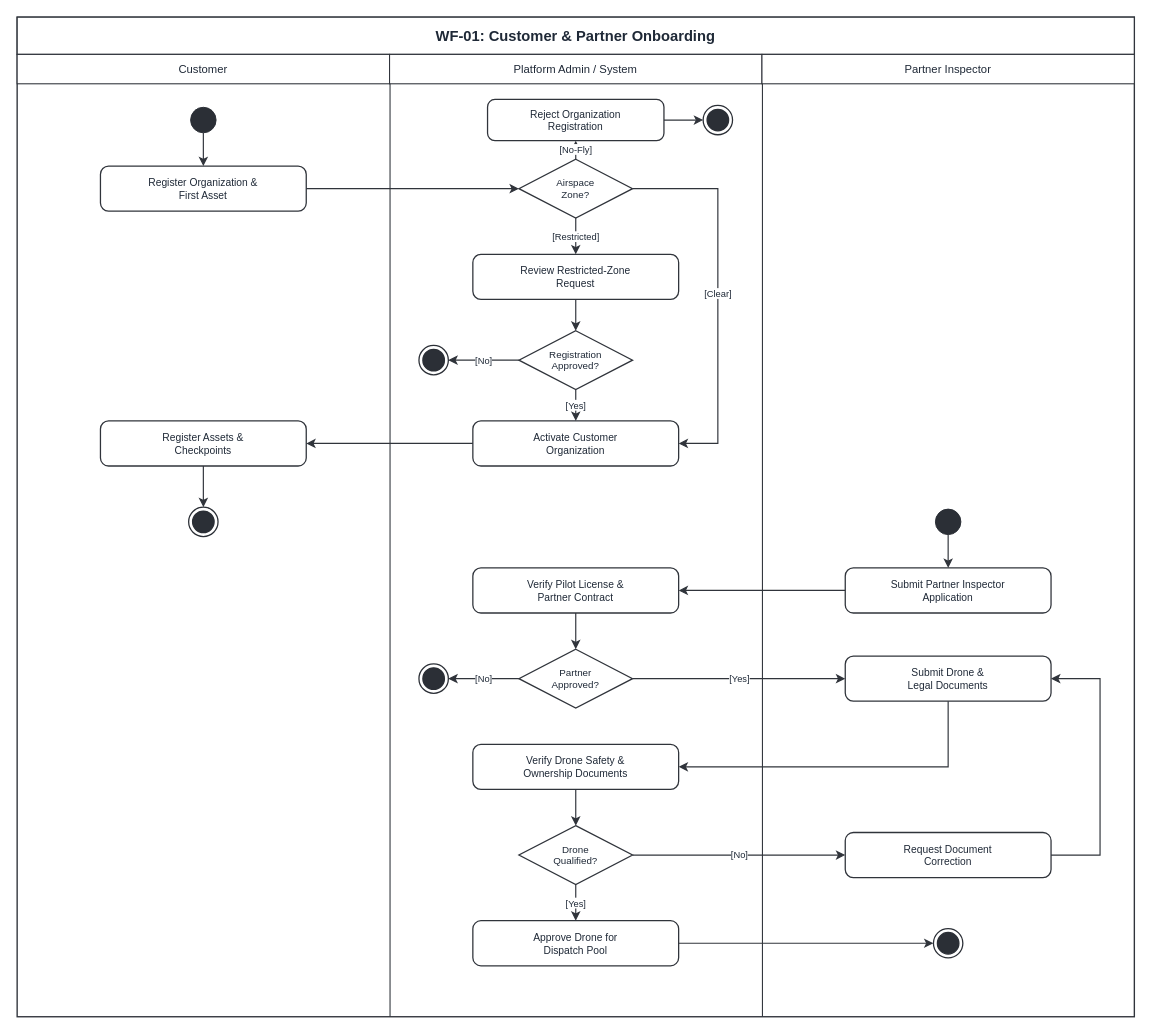
Earlier version of the draw.io diagram page "WF-01 Activity" (8 of 11) of diagrams/smartdrone-use-cases.drawio (tungbach12/SmartDroneInspection-Docs). Source tidied: cells renumbered, new cells numbered last; positions are measured from the earlier drawing's top-left corner, leaving out a move shared by most shapes. Both pictures are drawn from the tidied source at 98%, with x=0, y=0 at pixel (17, 17).
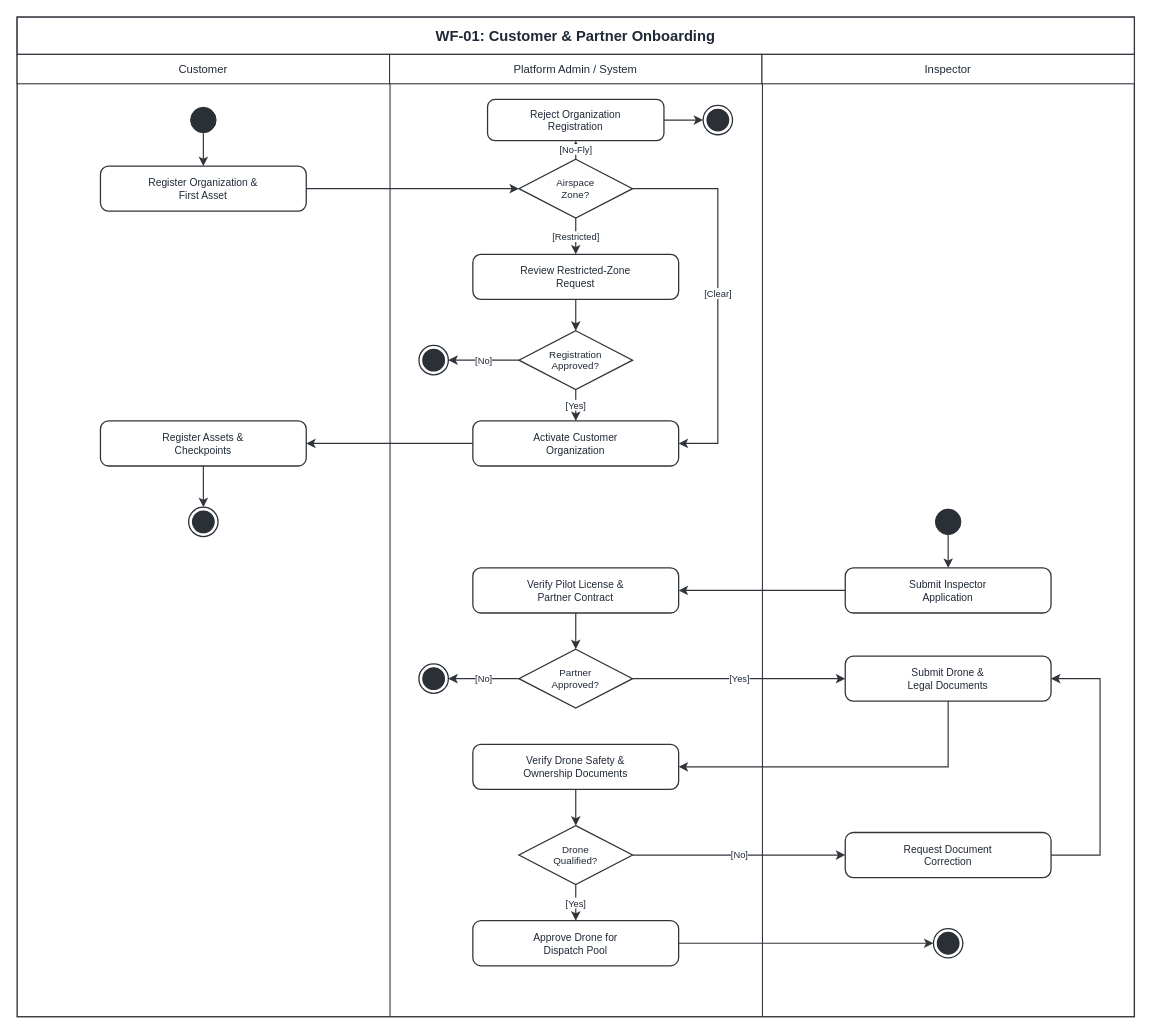
The same page after the edit.

Change to the diagram source:
```diff
@@
-    <mxCell id="7" value="Partner Inspector" style="rounded=0;whiteSpace=wrap;html=1;fillColor=#FFFFFF;strokeColor=#30343B;strokeWidth=1.1;fontColor=#1F2937;fontStyle=0;fontSize=11.5;fontFamily=Helvetica;align=center;verticalAlign=middle;" parent="1" vertex="1">
+    <mxCell id="7" value="Inspector" style="rounded=0;whiteSpace=wrap;html=1;fillColor=#FFFFFF;strokeColor=#30343B;strokeWidth=1.1;fontColor=#1F2937;fontStyle=0;fontSize=11.5;fontFamily=Helvetica;align=center;verticalAlign=middle;" parent="1" vertex="1">
       <mxGeometry x="760" y="38" width="380" height="30" as="geometry" />
     </mxCell>
@@
-    <mxCell id="21" value="Submit Partner Inspector&lt;br&gt;Application" style="rounded=1;arcSize=18;whiteSpace=wrap;html=1;fillColor=#FFFFFF;strokeColor=#30343B;strokeWidth=1.3;fontColor=#1F2937;fontSize=10.5;fontFamily=Helvetica;align=center;verticalAlign=middle;" parent="1" vertex="1">
+    <mxCell id="21" value="Submit Inspector&lt;br&gt;Application" style="rounded=1;arcSize=18;whiteSpace=wrap;html=1;fillColor=#FFFFFF;strokeColor=#30343B;strokeWidth=1.3;fontColor=#1F2937;fontSize=10.5;fontFamily=Helvetica;align=center;verticalAlign=middle;" parent="1" vertex="1">
       <mxGeometry x="845" y="562" width="210" height="46" as="geometry" />
     </mxCell>
```
